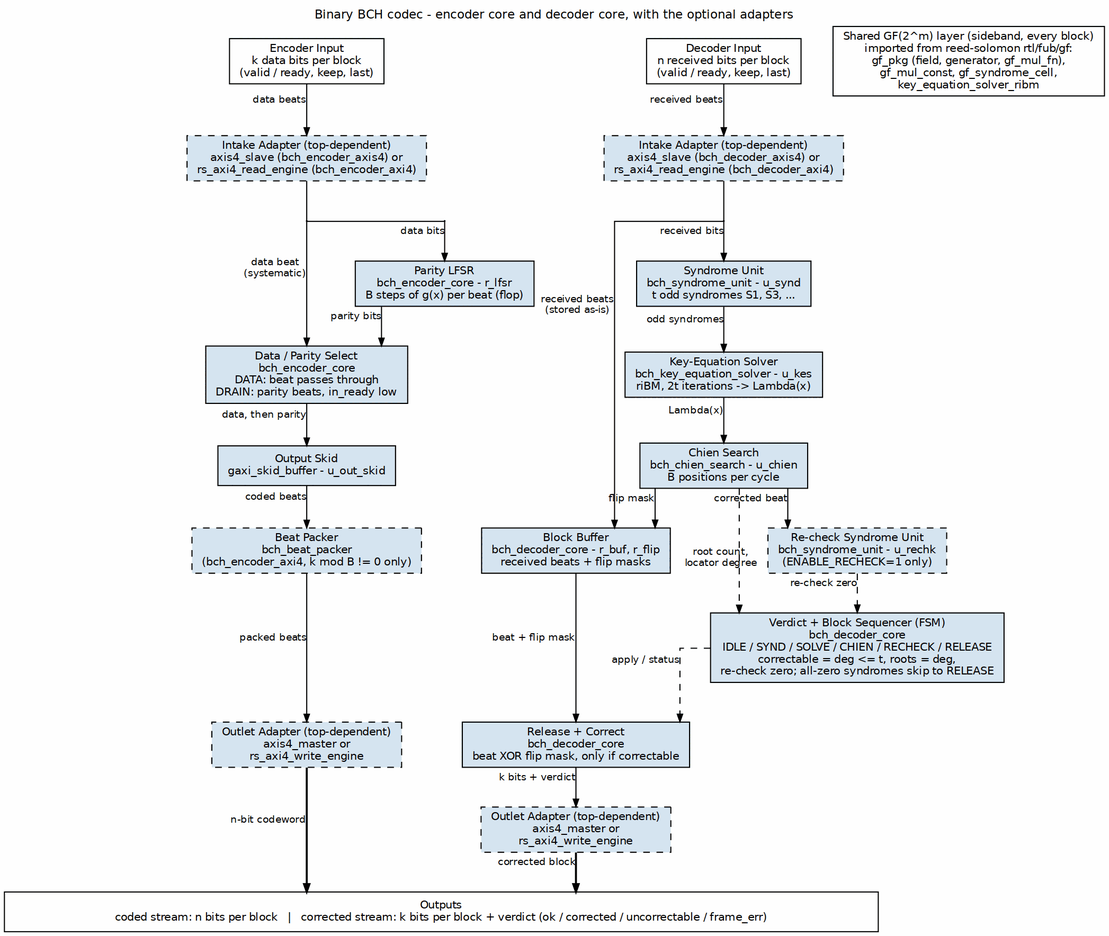
sean-galloway/RTLDesignSherpa keeps this Graphviz diagram as projects/components/ecc-ip/bch/docs/bch_has/assets/graphviz/bch_block_diagram.png. Above is the earlier version. Its source is kept beside it as projects/components/ecc-ip/bch/docs/bch_has/assets/graphviz/bch_block_diagram.dot. Its diagram source:
```dot
digraph bch_block_diagram {
    graph [rankdir=TB, bgcolor="white", fontname="Helvetica", fontsize=11,
           nodesep="0.40", ranksep="0.50", splines=ortho, newrank=true,
           labelloc=t, labeljust=c];
    node  [fontname="Helvetica", fontsize=10, shape=box, style=filled,
           fillcolor="#D6E4F0", color="black", margin="0.12,0.06"];
    edge  [fontname="Helvetica", fontsize=9, color="black", arrowsize=0.7];
    label="Binary BCH codec - encoder core and decoder core, with the optional adapters";

    e_in [label="Encoder Input\nk data bits per block\n(valid / ready, keep, last)", fillcolor="white", group=E];
    d_in [label="Decoder Input\nn received bits per block\n(valid / ready, keep, last)", fillcolor="white", group=S];

    e_ai [label="Intake Adapter (top-dependent)\naxis4_slave (bch_encoder_axis4) or\nrs_axi4_read_engine (bch_encoder_axi4)", style="filled,dashed", group=E];
    d_ai [label="Intake Adapter (top-dependent)\naxis4_slave (bch_decoder_axis4) or\nrs_axi4_read_engine (bch_decoder_axi4)", style="filled,dashed", group=S];

    p_e  [shape=point, width=0.01, group=E];
    p_l  [shape=point, width=0.01, group=L];
    lfsr [group=L, label="Parity LFSR\nbch_encoder_core - r_lfsr\nB steps of g(x) per beat (flop)"];
    esel [label="Data / Parity Select\nbch_encoder_core\nDATA: beat passes through\nDRAIN: parity beats, in_ready low", group=E];
    eskd [label="Output Skid\ngaxi_skid_buffer - u_out_skid", group=E];
    epk  [label="Beat Packer\nbch_beat_packer\n(bch_encoder_axi4, k mod B != 0 only)", style="filled,dashed", group=E];
    e_ao [label="Outlet Adapter (top-dependent)\naxis4_master or\nrs_axi4_write_engine", style="filled,dashed", group=E];

    p_d  [shape=point, width=0.01, group=S];
    synd [label="Syndrome Unit\nbch_syndrome_unit - u_synd\nt odd syndromes S1, S3, ...", group=S];
    kes  [label="Key-Equation Solver\nbch_key_equation_solver - u_kes\nriBM, 2t iterations -> Lambda(x)", group=S];
    chien[label="Chien Search\nbch_chien_search - u_chien\nB positions per cycle", group=S];
    buf  [label="Block Buffer\nbch_decoder_core - r_buf, r_flip\nreceived beats + flip masks", group=B];
    rchk [label="Re-check Syndrome Unit\nbch_syndrome_unit - u_rechk\n(ENABLE_RECHECK=1 only)", style="filled,dashed", group=V];
    seq  [label="Verdict + Block Sequencer (FSM)\nbch_decoder_core\nIDLE / SYND / SOLVE / CHIEN / RECHECK / RELEASE\ncorrectable = deg <= t, roots = deg,\nre-check zero; all-zero syndromes skip to RELEASE", group=V];
    rel  [label="Release + Correct\nbch_decoder_core\nbeat XOR flip mask, only if correctable", group=B];
    d_ao [label="Outlet Adapter (top-dependent)\naxis4_master or\nrs_axi4_write_engine", style="filled,dashed", group=B];

    gf [label="Shared GF(2^m) layer (sideband, every block)\nimported from reed-solomon rtl/fub/gf:\ngf_pkg (field, generator, gf_mul_fn),\ngf_mul_const, gf_syndrome_cell,\nkey_equation_solver_ribm", fillcolor="white"];

    bar [label="Outputs\ncoded stream: n bits per block   |   corrected stream: k bits per block + verdict (ok / corrected / uncorrectable / frame_err)",
         fillcolor="white", width=11.0];

    e_in -> e_ai [xlabel="data beats"];
    e_ai -> p_e  [arrowhead=none, headclip=false];
    p_e  -> esel [tailclip=false, xlabel="data beat\n(systematic)"];
    p_e  -> p_l  [arrowhead=none, tailclip=false, headclip=false];
    p_l  -> lfsr [tailclip=false, xlabel="data bits"];
    lfsr -> esel [xlabel="parity bits"];
    esel -> eskd [xlabel="data, then parity"];
    eskd -> epk  [xlabel="coded beats"];
    epk  -> e_ao [xlabel="packed beats"];
    e_ao -> bar  [xlabel="n-bit codeword", penwidth=1.8];

    d_in -> d_ai [xlabel="received beats"];
    d_ai -> p_d  [arrowhead=none, headclip=false];
    p_d  -> synd [tailclip=false, xlabel="received bits"];
    p_d  -> buf  [tailclip=false, xlabel="received beats\n(stored as-is)"];
    synd -> kes  [xlabel="odd syndromes"];
    kes  -> chien[xlabel="Lambda(x)"];
    chien-> buf  [xlabel="flip mask"];
    chien-> rchk [xlabel="corrected beat"];
    rchk -> seq  [style=dashed, xlabel="re-check zero"];
    chien-> seq  [style=dashed, xlabel="root count,\nlocator degree"];
    buf  -> rel  [xlabel="beat + flip mask"];
    seq  -> rel  [style=dashed, xlabel="apply / status"];
    rel  -> d_ao [xlabel="k bits + verdict"];
    d_ao -> bar  [xlabel="corrected block", penwidth=1.8];

    { rank=same; e_in; d_in; gf; }
    { rank=same; e_ai; d_ai; }
    { rank=same; p_e; p_l; p_d; }
    { rank=same; lfsr; synd; }
    { rank=same; esel; kes; }
    { rank=same; eskd; chien; }
    { rank=same; epk; buf; rchk; }
    { rank=same; seq; }
    { rank=same; e_ao; rel; }
    e_in -> d_in -> gf [style=invis];
    lfsr -> synd [style=invis];
    buf -> rchk [style=invis];
}
```
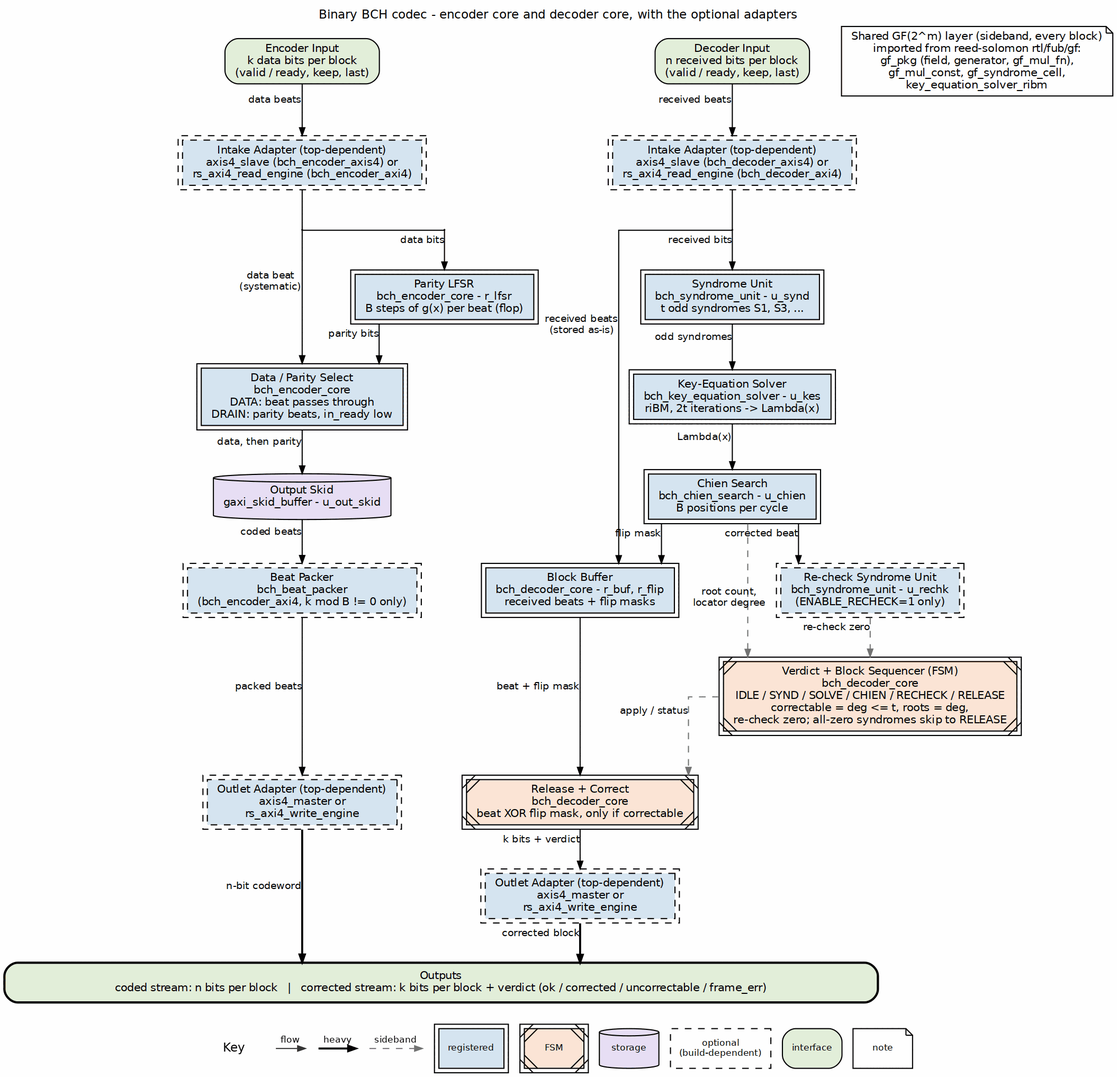
Above is the later version.

Diff of the diagram source:
```diff
@@ -3,38 +3,38 @@
            nodesep="0.40", ranksep="0.50", splines=ortho, newrank=true,
            labelloc=t, labeljust=c];
     node  [fontname="Helvetica", fontsize=10, shape=box, style=filled,
-           fillcolor="#D6E4F0", color="black", margin="0.12,0.06"];
+           fillcolor="white", color="black", margin="0.12,0.06"];
     edge  [fontname="Helvetica", fontsize=9, color="black", arrowsize=0.7];
     label="Binary BCH codec - encoder core and decoder core, with the optional adapters";
 
-    e_in [label="Encoder Input\nk data bits per block\n(valid / ready, keep, last)", fillcolor="white", group=E];
-    d_in [label="Decoder Input\nn received bits per block\n(valid / ready, keep, last)", fillcolor="white", group=S];
+    e_in [label="Encoder Input\nk data bits per block\n(valid / ready, keep, last)", fillcolor="white", group=E, style="rounded,filled", fillcolor="#E2EFDA"];
+    d_in [label="Decoder Input\nn received bits per block\n(valid / ready, keep, last)", fillcolor="white", group=S, style="rounded,filled", fillcolor="#E2EFDA"];
 
-    e_ai [label="Intake Adapter (top-dependent)\naxis4_slave (bch_encoder_axis4) or\nrs_axi4_read_engine (bch_encoder_axi4)", style="filled,dashed", group=E];
-    d_ai [label="Intake Adapter (top-dependent)\naxis4_slave (bch_decoder_axis4) or\nrs_axi4_read_engine (bch_decoder_axi4)", style="filled,dashed", group=S];
+    e_ai [label="Intake Adapter (top-dependent)\naxis4_slave (bch_encoder_axis4) or\nrs_axi4_read_engine (bch_encoder_axi4)", style="filled,dashed", group=E, peripheries=2, style="filled,dashed", fillcolor="#D6E4F0"];
+    d_ai [label="Intake Adapter (top-dependent)\naxis4_slave (bch_decoder_axis4) or\nrs_axi4_read_engine (bch_decoder_axi4)", style="filled,dashed", group=S, peripheries=2, style="filled,dashed", fillcolor="#D6E4F0"];
 
     p_e  [shape=point, width=0.01, group=E];
     p_l  [shape=point, width=0.01, group=L];
-    lfsr [group=L, label="Parity LFSR\nbch_encoder_core - r_lfsr\nB steps of g(x) per beat (flop)"];
-    esel [label="Data / Parity Select\nbch_encoder_core\nDATA: beat passes through\nDRAIN: parity beats, in_ready low", group=E];
-    eskd [label="Output Skid\ngaxi_skid_buffer - u_out_skid", group=E];
-    epk  [label="Beat Packer\nbch_beat_packer\n(bch_encoder_axi4, k mod B != 0 only)", style="filled,dashed", group=E];
-    e_ao [label="Outlet Adapter (top-dependent)\naxis4_master or\nrs_axi4_write_engine", style="filled,dashed", group=E];
+    lfsr [group=L, label="Parity LFSR\nbch_encoder_core - r_lfsr\nB steps of g(x) per beat (flop)", peripheries=2, style="filled", fillcolor="#D6E4F0"];
+    esel [label="Data / Parity Select\nbch_encoder_core\nDATA: beat passes through\nDRAIN: parity beats, in_ready low", group=E, peripheries=2, style="filled", fillcolor="#D6E4F0"];
+    eskd [label="Output Skid\ngaxi_skid_buffer - u_out_skid", group=E, shape=cylinder, style="filled", fillcolor="#E8DFF5"];
+    epk  [label="Beat Packer\nbch_beat_packer\n(bch_encoder_axi4, k mod B != 0 only)", style="filled,dashed", group=E, peripheries=2, style="filled,dashed", fillcolor="#D6E4F0"];
+    e_ao [label="Outlet Adapter (top-dependent)\naxis4_master or\nrs_axi4_write_engine", style="filled,dashed", group=E, peripheries=2, style="filled,dashed", fillcolor="#D6E4F0"];
 
     p_d  [shape=point, width=0.01, group=S];
-    synd [label="Syndrome Unit\nbch_syndrome_unit - u_synd\nt odd syndromes S1, S3, ...", group=S];
-    kes  [label="Key-Equation Solver\nbch_key_equation_solver - u_kes\nriBM, 2t iterations -> Lambda(x)", group=S];
-    chien[label="Chien Search\nbch_chien_search - u_chien\nB positions per cycle", group=S];
-    buf  [label="Block Buffer\nbch_decoder_core - r_buf, r_flip\nreceived beats + flip masks", group=B];
-    rchk [label="Re-check Syndrome Unit\nbch_syndrome_unit - u_rechk\n(ENABLE_RECHECK=1 only)", style="filled,dashed", group=V];
-    seq  [label="Verdict + Block Sequencer (FSM)\nbch_decoder_core\nIDLE / SYND / SOLVE / CHIEN / RECHECK / RELEASE\ncorrectable = deg <= t, roots = deg,\nre-check zero; all-zero syndromes skip to RELEASE", group=V];
-    rel  [label="Release + Correct\nbch_decoder_core\nbeat XOR flip mask, only if correctable", group=B];
-    d_ao [label="Outlet Adapter (top-dependent)\naxis4_master or\nrs_axi4_write_engine", style="filled,dashed", group=B];
+    synd [label="Syndrome Unit\nbch_syndrome_unit - u_synd\nt odd syndromes S1, S3, ...", group=S, peripheries=2, style="filled", fillcolor="#D6E4F0"];
+    kes  [label="Key-Equation Solver\nbch_key_equation_solver - u_kes\nriBM, 2t iterations -> Lambda(x)", group=S, peripheries=2, style="filled", fillcolor="#D6E4F0"];
+    chien[label="Chien Search\nbch_chien_search - u_chien\nB positions per cycle", group=S, peripheries=2, style="filled", fillcolor="#D6E4F0"];
+    buf  [label="Block Buffer\nbch_decoder_core - r_buf, r_flip\nreceived beats + flip masks", group=B, peripheries=2, style="filled", fillcolor="#D6E4F0"];
+    rchk [label="Re-check Syndrome Unit\nbch_syndrome_unit - u_rechk\n(ENABLE_RECHECK=1 only)", style="filled,dashed", group=V, peripheries=2, style="filled,dashed", fillcolor="#D6E4F0"];
+    seq  [label="Verdict + Block Sequencer (FSM)\nbch_decoder_core\nIDLE / SYND / SOLVE / CHIEN / RECHECK / RELEASE\ncorrectable = deg <= t, roots = deg,\nre-check zero; all-zero syndromes skip to RELEASE", group=V, peripheries=2, style="filled,diagonals", fillcolor="#FCE4D6"];
+    rel  [label="Release + Correct\nbch_decoder_core\nbeat XOR flip mask, only if correctable", group=B, peripheries=2, style="filled,diagonals", fillcolor="#FCE4D6"];
+    d_ao [label="Outlet Adapter (top-dependent)\naxis4_master or\nrs_axi4_write_engine", style="filled,dashed", group=B, peripheries=2, style="filled,dashed", fillcolor="#D6E4F0"];
 
-    gf [label="Shared GF(2^m) layer (sideband, every block)\nimported from reed-solomon rtl/fub/gf:\ngf_pkg (field, generator, gf_mul_fn),\ngf_mul_const, gf_syndrome_cell,\nkey_equation_solver_ribm", fillcolor="white"];
+    gf [label="Shared GF(2^m) layer (sideband, every block)\nimported from reed-solomon rtl/fub/gf:\ngf_pkg (field, generator, gf_mul_fn),\ngf_mul_const, gf_syndrome_cell,\nkey_equation_solver_ribm", fillcolor="white", shape=note];
 
     bar [label="Outputs\ncoded stream: n bits per block   |   corrected stream: k bits per block + verdict (ok / corrected / uncorrectable / frame_err)",
-         fillcolor="white", width=11.0];
+         fillcolor="white", width=11.0, style="rounded,filled,bold", fillcolor="#E2EFDA"];
 
     e_in -> e_ai [xlabel="data beats"];
     e_ai -> p_e  [arrowhead=none, headclip=false];
@@ -55,10 +55,10 @@
     kes  -> chien[xlabel="Lambda(x)"];
     chien-> buf  [xlabel="flip mask"];
     chien-> rchk [xlabel="corrected beat"];
-    rchk -> seq  [style=dashed, xlabel="re-check zero"];
-    chien-> seq  [style=dashed, xlabel="root count,\nlocator degree"];
+    rchk -> seq  [style=dashed, color="#777777", xlabel="re-check zero"];
+    chien-> seq  [style=dashed, color="#777777", xlabel="root count,\nlocator degree"];
     buf  -> rel  [xlabel="beat + flip mask"];
-    seq  -> rel  [style=dashed, xlabel="apply / status"];
+    seq  -> rel  [style=dashed, color="#777777", xlabel="apply / status"];
     rel  -> d_ao [xlabel="k bits + verdict"];
     d_ao -> bar  [xlabel="corrected block", penwidth=1.8];
 
```
